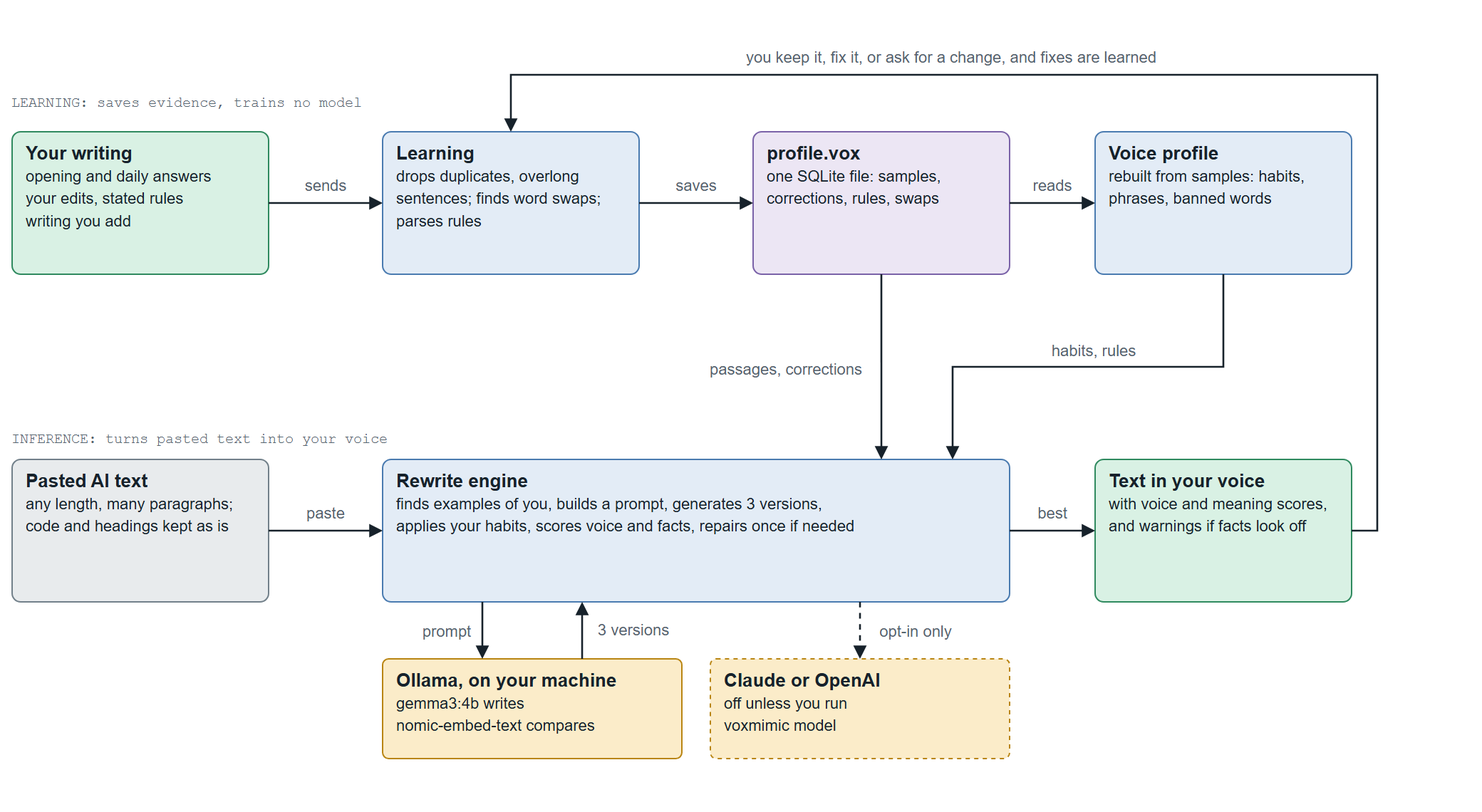
Before: architecture/png/1-whole-system.png, a diagram exported from draw.io (iam-saiteja/VoxMimic). Source tidied: cells renumbered, new cells last; positions are measured from the earlier drawing's top-left corner, leaving out a move shared by most shapes.
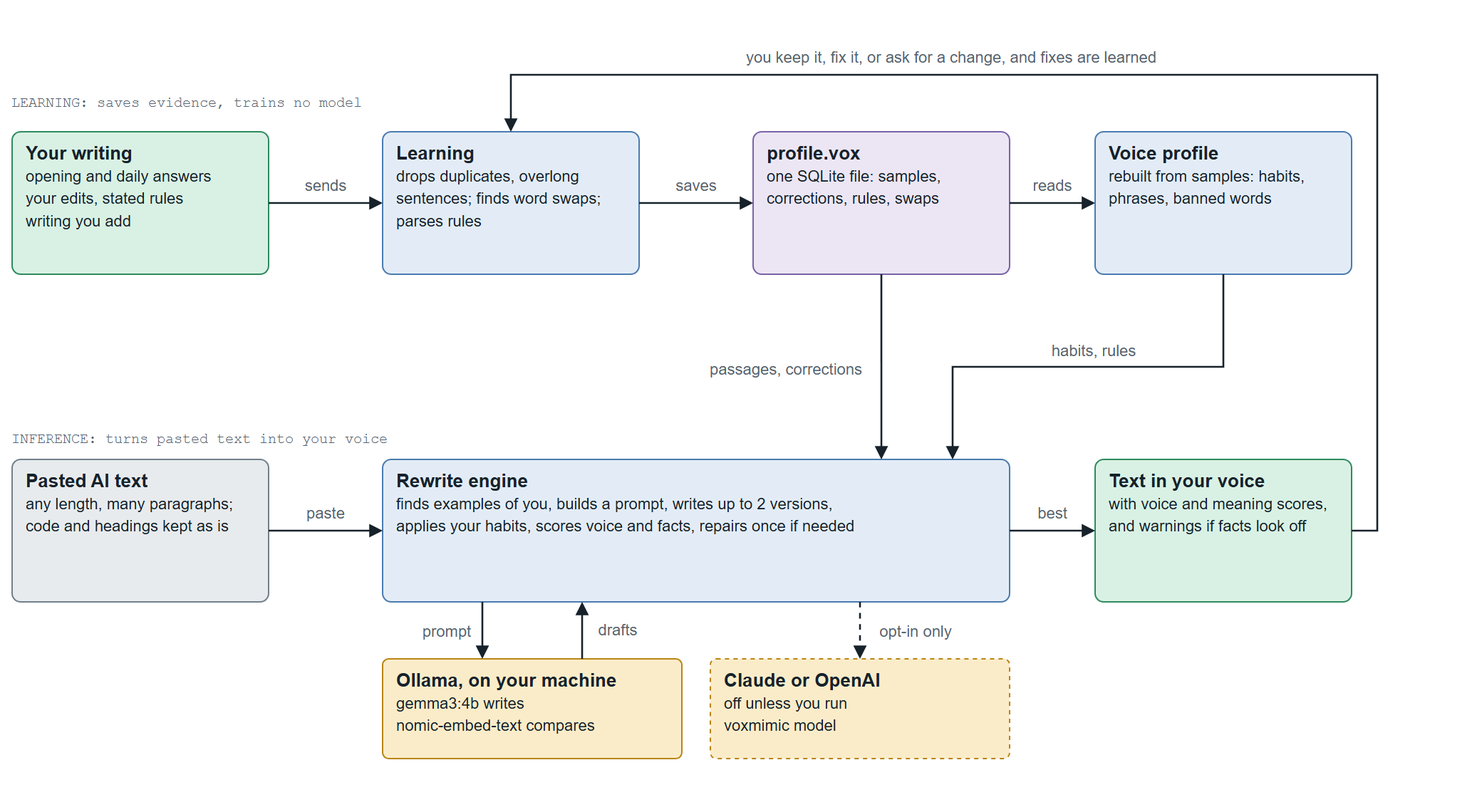
The same diagram one commit later.

Change to the diagram source:
```diff
@@ -23,7 +23,7 @@
     <mxCell id="8" value="&lt;b&gt;Pasted AI text&lt;/b&gt;&lt;br&gt;&lt;font style=&quot;font-size:11px&quot;&gt;any length, many paragraphs;&lt;br&gt;code and headings kept as is&lt;/font&gt;" style="rounded=1;arcSize=6;whiteSpace=wrap;html=1;fillColor=#e8ebed;strokeColor=#72808a;fontColor=#17222b;align=left;verticalAlign=top;spacingLeft=8;spacingTop=1;fontSize=13;" parent="1" vertex="1">
       <mxGeometry y="270" width="180" height="100" as="geometry" />
     </mxCell>
-    <mxCell id="9" value="&lt;b&gt;Rewrite engine&lt;/b&gt;&lt;br&gt;&lt;font style=&quot;font-size:11px&quot;&gt;finds examples of you, builds a prompt, generates 3 versions,&lt;br&gt;applies your habits, scores voice and facts, repairs once if needed&lt;/font&gt;" style="rounded=1;arcSize=6;whiteSpace=wrap;html=1;fillColor=#e3ecf6;strokeColor=#4a7bb0;fontColor=#17222b;align=left;verticalAlign=top;spacingLeft=8;spacingTop=1;fontSize=13;" parent="1" vertex="1">
+    <mxCell id="9" value="&lt;b&gt;Rewrite engine&lt;/b&gt;&lt;br&gt;&lt;font style=&quot;font-size:11px&quot;&gt;finds examples of you, builds a prompt, writes up to 2 versions,&lt;br&gt;applies your habits, scores voice and facts, repairs once if needed&lt;/font&gt;" style="rounded=1;arcSize=6;whiteSpace=wrap;html=1;fillColor=#e3ecf6;strokeColor=#4a7bb0;fontColor=#17222b;align=left;verticalAlign=top;spacingLeft=8;spacingTop=1;fontSize=13;" parent="1" vertex="1">
       <mxGeometry x="260" y="270" width="440" height="100" as="geometry" />
     </mxCell>
     <mxCell id="10" value="&lt;b&gt;Text in your voice&lt;/b&gt;&lt;br&gt;&lt;font style=&quot;font-size:11px&quot;&gt;with voice and meaning scores,&lt;br&gt;and warnings if facts look off&lt;/font&gt;" style="rounded=1;arcSize=6;whiteSpace=wrap;html=1;fillColor=#d9f1e4;strokeColor=#2f8a5f;fontColor=#17222b;align=left;verticalAlign=top;spacingLeft=8;spacingTop=1;fontSize=13;" parent="1" vertex="1">
@@ -89,9 +89,9 @@
         <mxPoint x="-24.8" as="offset" />
       </mxGeometry>
     </mxCell>
-    <mxCell id="22" value="3 versions" style="edgeStyle=none;html=1;rounded=0;endArrow=block;endFill=1;endSize=6;strokeColor=#17222b;strokeWidth=1.3;fontSize=11;fontColor=#55646f;labelBackgroundColor=#ffffff;exitX=0.6667;exitY=0;exitDx=0;exitDy=0;exitPerimeter=0;entryX=0.3182;entryY=1;entryDx=0;entryDy=0;entryPerimeter=0;" parent="1" edge="1" source="11" target="9">
+    <mxCell id="22" value="drafts" style="edgeStyle=none;html=1;rounded=0;endArrow=block;endFill=1;endSize=6;strokeColor=#17222b;strokeWidth=1.3;fontSize=11;fontColor=#55646f;labelBackgroundColor=#ffffff;exitX=0.6667;exitY=0;exitDx=0;exitDy=0;exitPerimeter=0;entryX=0.3182;entryY=1;entryDx=0;entryDy=0;entryPerimeter=0;" parent="1" edge="1" source="11" target="9">
       <mxGeometry relative="1" as="geometry">
-        <mxPoint x="36" as="offset" />
+        <mxPoint x="24.8" as="offset" />
       </mxGeometry>
     </mxCell>
     <mxCell id="23" value="opt-in only" style="edgeStyle=none;html=1;rounded=0;endArrow=block;endFill=1;endSize=6;strokeColor=#17222b;strokeWidth=1.3;fontSize=11;fontColor=#55646f;labelBackgroundColor=#ffffff;dashed=1;exitX=0.7614;exitY=1.0;exitDx=0;exitDy=0;exitPerimeter=0;entryX=0.5;entryY=0;entryDx=0;entryDy=0;entryPerimeter=0;" parent="1" edge="1" source="9" target="12">
```
